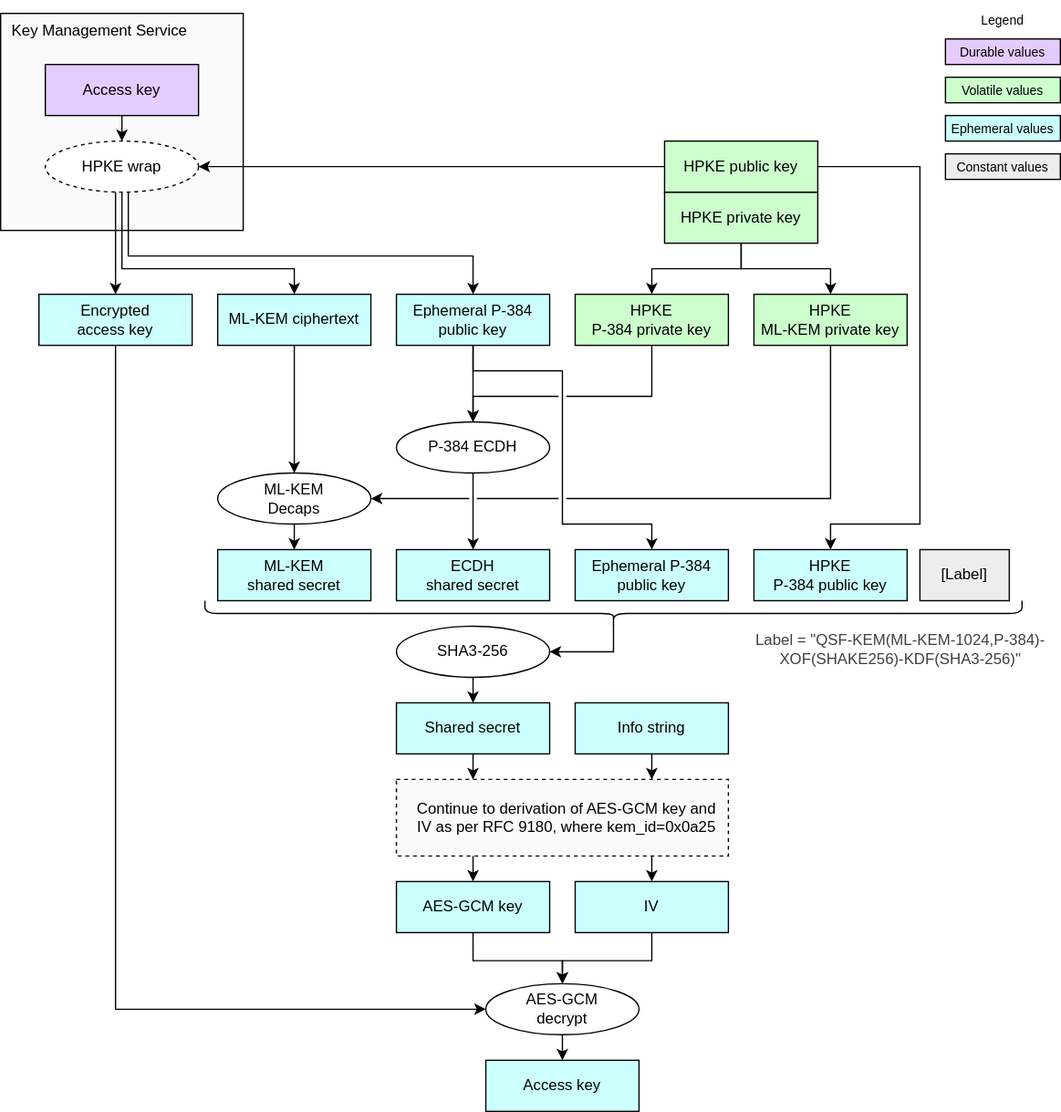
Earlier version of the draw.io export doc/ocp_lock/diagrams/hpke_kem_hybrid.drawio.svg (chipsalliance/Caliptra). Source tidied: cells renumbered, new cells last; positions are measured from the earlier drawing's top-left corner, leaving out a move shared by most shapes.
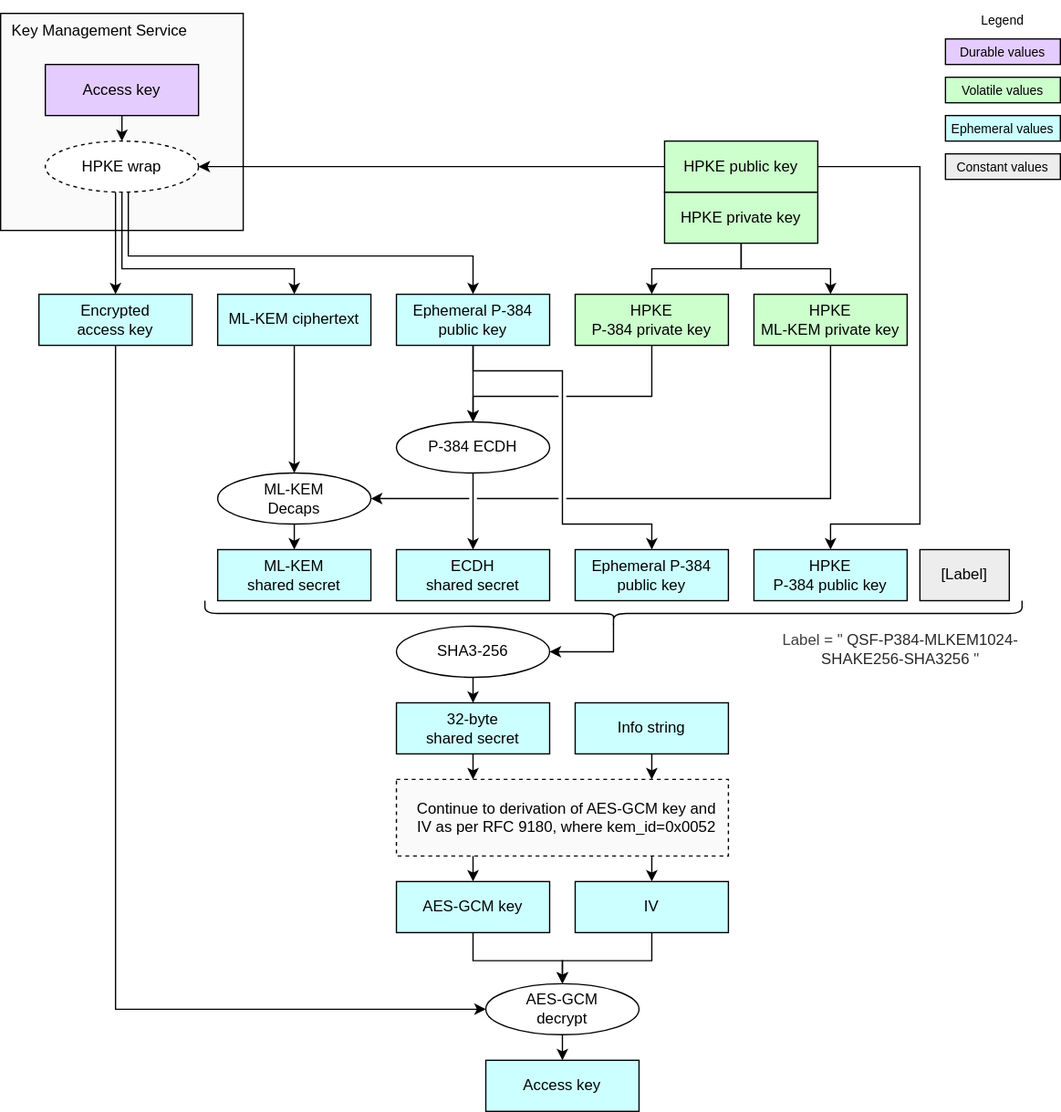
The same diagram one commit later.

Commit message:
Update the spec to target the correct KEM hybrid construction.

Change to the diagram source:
```diff
@@ -156,13 +156,13 @@
     <mxCell id="37" value="SHA3-256" style="ellipse;whiteSpace=wrap;html=1;fillColor=#FFFFFF;" parent="1" vertex="1">
       <mxGeometry x="310" y="490" width="120" height="40" as="geometry" />
     </mxCell>
-    <mxCell id="38" value="&lt;div&gt;&lt;font color=&quot;#000000&quot;&gt;Shared secret&lt;/font&gt;&lt;/div&gt;" style="rounded=0;whiteSpace=wrap;html=1;align=center;verticalAlign=middle;shadow=0;glass=0;spacingLeft=0;spacingBottom=0;spacingTop=0;fillColor=#CCFFFF;" parent="1" vertex="1">
+    <mxCell id="38" value="&lt;div&gt;&lt;font color=&quot;#000000&quot;&gt;32-byte&lt;/font&gt;&lt;/div&gt;&lt;div&gt;&lt;font color=&quot;#000000&quot;&gt;shared secret&lt;/font&gt;&lt;/div&gt;" style="rounded=0;whiteSpace=wrap;html=1;align=center;verticalAlign=middle;shadow=0;glass=0;spacingLeft=0;spacingBottom=0;spacingTop=0;fillColor=#CCFFFF;" parent="1" vertex="1">
       <mxGeometry x="310" y="550" width="120" height="40" as="geometry" />
     </mxCell>
     <mxCell id="39" style="endArrow=classic;html=1;exitX=0.5;exitY=1;exitDx=0;exitDy=0;" parent="1" edge="1" source="37" target="38">
       <mxGeometry relative="1" as="geometry" />
     </mxCell>
-    <mxCell id="40" value="&lt;span style=&quot;color: rgb(0, 0, 0);&quot;&gt;Continue to derivation of&amp;nbsp;&lt;/span&gt;&lt;span style=&quot;background-color: transparent;&quot;&gt;AES-GCM key and&lt;/span&gt;&lt;div&gt;&lt;span style=&quot;background-color: transparent;&quot;&gt;IV as per&amp;nbsp;&lt;/span&gt;&lt;span style=&quot;background-color: transparent;&quot;&gt;RFC 9180, where kem_id=0x0a25&lt;/span&gt;&lt;/div&gt;" style="rounded=0;whiteSpace=wrap;html=1;fillColor=#FAFAFA;strokeColor=#000000;align=center;verticalAlign=middle;spacingLeft=7;dashed=1;" parent="1" vertex="1">
+    <mxCell id="40" value="&lt;span style=&quot;color: rgb(0, 0, 0);&quot;&gt;Continue to derivation of&amp;nbsp;&lt;/span&gt;&lt;span style=&quot;background-color: transparent;&quot;&gt;AES-GCM key and&lt;/span&gt;&lt;div&gt;&lt;span style=&quot;background-color: transparent;&quot;&gt;IV as per&amp;nbsp;&lt;/span&gt;&lt;span style=&quot;background-color: transparent;&quot;&gt;RFC 9180, where kem_id=0x0052&lt;/span&gt;&lt;/div&gt;" style="rounded=0;whiteSpace=wrap;html=1;fillColor=#FAFAFA;strokeColor=#000000;align=center;verticalAlign=middle;spacingLeft=7;dashed=1;" parent="1" vertex="1">
       <mxGeometry x="310" y="610" width="260" height="60" as="geometry" />
     </mxCell>
     <mxCell id="41" style="endArrow=classic;html=1;exitX=0.5;exitY=1;exitDx=0;exitDy=0;" parent="1" edge="1" source="38">
@@ -232,7 +232,7 @@
     <mxCell id="54" value="&lt;div&gt;&lt;font color=&quot;#000000&quot;&gt;[Label]&lt;/font&gt;&lt;/div&gt;" style="rounded=0;whiteSpace=wrap;html=1;align=center;verticalAlign=middle;shadow=0;glass=0;spacingLeft=0;spacingBottom=0;spacingTop=0;fillColor=#EDEDED;" parent="1" vertex="1">
       <mxGeometry x="720" y="430" width="70" height="40" as="geometry" />
     </mxCell>
-    <mxCell id="55" value="&lt;div style=&quot;color: rgb(63, 63, 63);&quot;&gt;Label = &quot;QSF-KEM(ML-KEM-1024,P-384)-XOF(SHAKE256)-KDF(SHA3-256)&quot;&lt;/div&gt;" style="text;strokeColor=none;align=center;fillColor=none;html=1;verticalAlign=middle;whiteSpace=wrap;rounded=0;" parent="1" vertex="1">
+    <mxCell id="55" value="&lt;div style=&quot;color: rgb(63, 63, 63);&quot;&gt;&lt;font face=&quot;Helvetica&quot;&gt;Label = &quot;&lt;span style=&quot;color: rgba(0, 0, 0, 0.85); text-align: start; background-color: transparent;&quot;&gt;QSF-P384-MLKEM1024-SHAKE256-SHA3256&lt;/span&gt;&lt;span style=&quot;background-color: transparent;&quot;&gt;&quot;&lt;/span&gt;&lt;/font&gt;&lt;br&gt;&lt;/div&gt;" style="text;strokeColor=none;align=center;fillColor=none;html=1;verticalAlign=middle;whiteSpace=wrap;rounded=0;" parent="1" vertex="1">
       <mxGeometry x="590" y="485" width="230" height="45" as="geometry" />
     </mxCell>
     <mxCell id="56" value="&lt;div&gt;&lt;font color=&quot;#000000&quot;&gt;Constant values&lt;/font&gt;&lt;/div&gt;" style="rounded=0;whiteSpace=wrap;html=1;align=center;verticalAlign=middle;shadow=0;glass=0;spacingLeft=0;spacingBottom=0;spacingTop=0;fillColor=#EDEDED;fontSize=10;" parent="1" vertex="1">
```
